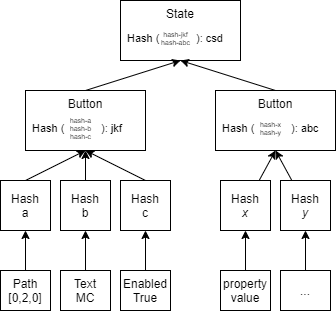
The draw.io diagram document/pics/merkle-tree-example.png in rneeft/study-vaf-af, before a commit. Source tidied: cells renumbered, new cells last; positions are measured from the earlier drawing's top-left corner, leaving out a move shared by most shapes. The source it was exported from:
```xml
<mxGraphModel>
  <root>
    <mxCell id="0" />
    <mxCell id="1" parent="0" />
    <mxCell id="2" value="Hash&lt;br&gt;a" style="rounded=0;whiteSpace=wrap;html=1;" parent="1" vertex="1">
      <mxGeometry y="180" width="50" height="50" as="geometry" />
    </mxCell>
    <mxCell id="3" value="Path&lt;br&gt;[0,2,0]" style="rounded=0;whiteSpace=wrap;html=1;" parent="1" vertex="1">
      <mxGeometry y="270" width="50" height="40" as="geometry" />
    </mxCell>
    <mxCell id="4" style="edgeStyle=orthogonalEdgeStyle;rounded=0;jettySize=auto;html=1;entryX=0.5;entryY=1;entryDx=0;entryDy=0;" parent="1" edge="1" source="5" target="10">
      <mxGeometry relative="1" as="geometry" />
    </mxCell>
    <mxCell id="5" value="Text&lt;br&gt;MC" style="rounded=0;whiteSpace=wrap;html=1;" parent="1" vertex="1">
      <mxGeometry x="60" y="270" width="50" height="40" as="geometry" />
    </mxCell>
    <mxCell id="6" style="edgeStyle=orthogonalEdgeStyle;rounded=0;jettySize=auto;html=1;entryX=0.5;entryY=1;entryDx=0;entryDy=0;" parent="1" edge="1" source="7" target="11">
      <mxGeometry relative="1" as="geometry" />
    </mxCell>
    <mxCell id="7" value="Enabled&lt;br&gt;True" style="rounded=0;whiteSpace=wrap;html=1;" parent="1" vertex="1">
      <mxGeometry x="120" y="270" width="50" height="40" as="geometry" />
    </mxCell>
    <mxCell id="8" style="endArrow=classic;html=1;exitX=0.5;exitY=0;exitDx=0;exitDy=0;entryX=0.5;entryY=1;entryDx=0;entryDy=0;" parent="1" edge="1" source="3" target="2">
      <mxGeometry relative="1" as="geometry" />
    </mxCell>
    <mxCell id="9" style="edgeStyle=orthogonalEdgeStyle;rounded=0;jettySize=auto;html=1;entryX=0.5;entryY=1;entryDx=0;entryDy=0;fontSize=7;" parent="1" edge="1" source="10" target="13">
      <mxGeometry relative="1" as="geometry" />
    </mxCell>
    <mxCell id="10" value="Hash&lt;br&gt;b" style="rounded=0;whiteSpace=wrap;html=1;" parent="1" vertex="1">
      <mxGeometry x="60" y="180" width="50" height="50" as="geometry" />
    </mxCell>
    <mxCell id="11" value="Hash&lt;br&gt;c" style="rounded=0;whiteSpace=wrap;html=1;" parent="1" vertex="1">
      <mxGeometry x="120" y="180" width="50" height="50" as="geometry" />
    </mxCell>
    <mxCell id="12" style="group;" parent="1" vertex="1">
      <mxGeometry x="25" y="90" width="120" height="60" as="geometry" />
    </mxCell>
    <mxCell id="13" value="Button" style="rounded=0;whiteSpace=wrap;html=1;verticalAlign=top;" parent="12" vertex="1">
      <mxGeometry width="120" height="60" as="geometry" />
    </mxCell>
    <mxCell id="14" style="group;" parent="12" vertex="1">
      <mxGeometry x="5" y="23" width="110" height="30" as="geometry" />
    </mxCell>
    <mxCell id="15" value="&lt;font style=&quot;font-size: 11px&quot;&gt;Hash (&amp;nbsp; &amp;nbsp; &amp;nbsp; &amp;nbsp; &amp;nbsp; &amp;nbsp; ): jkf&lt;/font&gt;" style="text;html=1;align=left;verticalAlign=middle;strokeColor=none;fontSize=7;" parent="14" vertex="1">
      <mxGeometry y="5" width="110" height="20" as="geometry" />
    </mxCell>
    <mxCell id="16" value="hash-a&lt;br style=&quot;font-size: 7px;&quot;&gt;hash-b&lt;br style=&quot;font-size: 7px;&quot;&gt;hash-c" style="text;html=1;align=center;verticalAlign=middle;strokeColor=none;fontSize=7;" parent="14" vertex="1">
      <mxGeometry x="30" width="40" height="30" as="geometry" />
    </mxCell>
    <mxCell id="17" style="endArrow=classic;html=1;fontSize=7;entryX=0.5;entryY=1;entryDx=0;entryDy=0;" parent="1" edge="1" target="13">
      <mxGeometry relative="1" as="geometry">
        <mxPoint x="145" y="180" as="sourcePoint" />
      </mxGeometry>
    </mxCell>
    <mxCell id="18" style="endArrow=classic;html=1;fontSize=7;exitX=0.5;exitY=0;exitDx=0;exitDy=0;entryX=0.5;entryY=1;entryDx=0;entryDy=0;" parent="1" edge="1" source="2" target="13">
      <mxGeometry relative="1" as="geometry" />
    </mxCell>
    <mxCell id="19" style="group;" parent="1" vertex="1">
      <mxGeometry x="215" y="90" width="120" height="60" as="geometry" />
    </mxCell>
    <mxCell id="20" value="Button" style="rounded=0;whiteSpace=wrap;html=1;verticalAlign=top;" parent="19" vertex="1">
      <mxGeometry width="120" height="60" as="geometry" />
    </mxCell>
    <mxCell id="21" style="group;" parent="19" vertex="1">
      <mxGeometry x="5" y="23" width="110" height="30" as="geometry" />
    </mxCell>
    <mxCell id="22" value="&lt;font style=&quot;font-size: 11px&quot;&gt;Hash (&amp;nbsp; &amp;nbsp; &amp;nbsp; &amp;nbsp; &amp;nbsp; &amp;nbsp; ): abc&lt;/font&gt;" style="text;html=1;align=left;verticalAlign=middle;strokeColor=none;fontSize=7;" parent="21" vertex="1">
      <mxGeometry y="5" width="110" height="20" as="geometry" />
    </mxCell>
    <mxCell id="23" value="hash-x&lt;br style=&quot;font-size: 7px&quot;&gt;hash-y" style="text;html=1;align=center;verticalAlign=middle;strokeColor=none;fontSize=7;" parent="21" vertex="1">
      <mxGeometry x="30" y="5" width="40" height="20" as="geometry" />
    </mxCell>
    <mxCell id="24" style="rounded=0;jettySize=auto;html=1;entryX=0.5;entryY=1;entryDx=0;entryDy=0;fontSize=7;" parent="1" edge="1" source="25" target="20">
      <mxGeometry relative="1" as="geometry" />
    </mxCell>
    <mxCell id="25" value="Hash&lt;br&gt;&lt;i&gt;x&lt;/i&gt;" style="rounded=0;whiteSpace=wrap;html=1;" parent="1" vertex="1">
      <mxGeometry x="220" y="180" width="50" height="50" as="geometry" />
    </mxCell>
    <mxCell id="26" style="edgeStyle=none;rounded=0;jettySize=auto;html=1;entryX=0.5;entryY=1;entryDx=0;entryDy=0;fontSize=7;" parent="1" edge="1" source="27" target="20">
      <mxGeometry relative="1" as="geometry" />
    </mxCell>
    <mxCell id="27" value="Hash&lt;br&gt;&lt;i&gt;y&lt;/i&gt;" style="rounded=0;whiteSpace=wrap;html=1;" parent="1" vertex="1">
      <mxGeometry x="280" y="180" width="50" height="50" as="geometry" />
    </mxCell>
    <mxCell id="28" style="edgeStyle=orthogonalEdgeStyle;rounded=0;jettySize=auto;html=1;entryX=0.5;entryY=1;entryDx=0;entryDy=0;fontSize=7;" parent="1" edge="1" source="29" target="25">
      <mxGeometry relative="1" as="geometry" />
    </mxCell>
    <mxCell id="29" value="property&lt;br&gt;value" style="rounded=0;whiteSpace=wrap;html=1;" parent="1" vertex="1">
      <mxGeometry x="220" y="270" width="50" height="40" as="geometry" />
    </mxCell>
    <mxCell id="30" style="edgeStyle=orthogonalEdgeStyle;rounded=0;jettySize=auto;html=1;entryX=0.5;entryY=1;entryDx=0;entryDy=0;fontSize=7;" parent="1" edge="1" source="31" target="27">
      <mxGeometry relative="1" as="geometry" />
    </mxCell>
    <mxCell id="31" value="..." style="rounded=0;whiteSpace=wrap;html=1;" parent="1" vertex="1">
      <mxGeometry x="280" y="270" width="50" height="40" as="geometry" />
    </mxCell>
    <mxCell id="32" style="group;" parent="1" vertex="1">
      <mxGeometry x="120" width="120" height="60" as="geometry" />
    </mxCell>
    <mxCell id="33" value="State" style="rounded=0;whiteSpace=wrap;html=1;verticalAlign=top;" parent="32" vertex="1">
      <mxGeometry width="120" height="60" as="geometry" />
    </mxCell>
    <mxCell id="34" style="group;" parent="32" vertex="1">
      <mxGeometry x="5" y="23" width="110" height="30" as="geometry" />
    </mxCell>
    <mxCell id="35" value="&lt;font style=&quot;font-size: 11px&quot;&gt;Hash (&amp;nbsp; &amp;nbsp; &amp;nbsp; &amp;nbsp; &amp;nbsp; &amp;nbsp; ): csd&lt;/font&gt;" style="text;html=1;align=left;verticalAlign=middle;strokeColor=none;fontSize=7;" parent="34" vertex="1">
      <mxGeometry y="5" width="110" height="20" as="geometry" />
    </mxCell>
    <mxCell id="36" value="hash-jkf&lt;br style=&quot;font-size: 7px&quot;&gt;hash-abc" style="text;html=1;align=center;verticalAlign=middle;strokeColor=none;fontSize=7;" parent="34" vertex="1">
      <mxGeometry x="30" y="5" width="40" height="20" as="geometry" />
    </mxCell>
    <mxCell id="37" style="endArrow=classic;html=1;fontSize=7;entryX=0.5;entryY=1;entryDx=0;entryDy=0;exitX=0.5;exitY=0;exitDx=0;exitDy=0;" parent="1" edge="1" source="13" target="33">
      <mxGeometry relative="1" as="geometry" />
    </mxCell>
    <mxCell id="38" style="endArrow=classic;html=1;fontSize=7;entryX=0.5;entryY=1;entryDx=0;entryDy=0;exitX=0.5;exitY=0;exitDx=0;exitDy=0;" parent="1" edge="1" source="20" target="33">
      <mxGeometry relative="1" as="geometry" />
    </mxCell>
  </root>
</mxGraphModel>
```
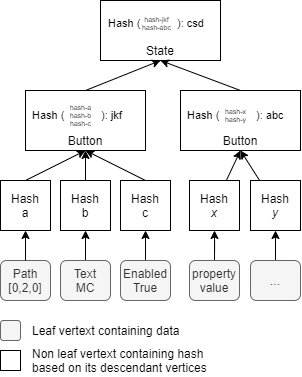
Above is the later version.

What changed in the source:
```diff
@@ -5,20 +5,20 @@
     <mxCell id="2" value="Hash&lt;br&gt;a" style="rounded=0;whiteSpace=wrap;html=1;" parent="1" vertex="1">
       <mxGeometry y="180" width="50" height="50" as="geometry" />
     </mxCell>
-    <mxCell id="3" value="Path&lt;br&gt;[0,2,0]" style="rounded=0;whiteSpace=wrap;html=1;" parent="1" vertex="1">
-      <mxGeometry y="270" width="50" height="40" as="geometry" />
+    <mxCell id="3" value="Path&lt;br&gt;[0,2,0]" style="rounded=1;whiteSpace=wrap;html=1;fillColor=#f5f5f5;strokeColor=#666666;fontColor=#333333;" parent="1" vertex="1">
+      <mxGeometry y="260" width="50" height="40" as="geometry" />
     </mxCell>
     <mxCell id="4" style="edgeStyle=orthogonalEdgeStyle;rounded=0;jettySize=auto;html=1;entryX=0.5;entryY=1;entryDx=0;entryDy=0;" parent="1" edge="1" source="5" target="10">
       <mxGeometry relative="1" as="geometry" />
     </mxCell>
-    <mxCell id="5" value="Text&lt;br&gt;MC" style="rounded=0;whiteSpace=wrap;html=1;" parent="1" vertex="1">
-      <mxGeometry x="60" y="270" width="50" height="40" as="geometry" />
+    <mxCell id="5" value="Text&lt;br&gt;MC" style="rounded=1;whiteSpace=wrap;html=1;fillColor=#f5f5f5;strokeColor=#666666;fontColor=#333333;" parent="1" vertex="1">
+      <mxGeometry x="60" y="260" width="50" height="40" as="geometry" />
     </mxCell>
     <mxCell id="6" style="edgeStyle=orthogonalEdgeStyle;rounded=0;jettySize=auto;html=1;entryX=0.5;entryY=1;entryDx=0;entryDy=0;" parent="1" edge="1" source="7" target="11">
       <mxGeometry relative="1" as="geometry" />
     </mxCell>
-    <mxCell id="7" value="Enabled&lt;br&gt;True" style="rounded=0;whiteSpace=wrap;html=1;" parent="1" vertex="1">
-      <mxGeometry x="120" y="270" width="50" height="40" as="geometry" />
+    <mxCell id="7" value="Enabled&lt;br&gt;True" style="rounded=1;whiteSpace=wrap;html=1;fillColor=#f5f5f5;strokeColor=#666666;fontColor=#333333;" parent="1" vertex="1">
+      <mxGeometry x="120" y="260" width="50" height="40" as="geometry" />
     </mxCell>
     <mxCell id="8" style="endArrow=classic;html=1;exitX=0.5;exitY=0;exitDx=0;exitDy=0;entryX=0.5;entryY=1;entryDx=0;entryDy=0;" parent="1" edge="1" source="3" target="2">
       <mxGeometry relative="1" as="geometry" />
@@ -32,14 +32,14 @@
     <mxCell id="11" value="Hash&lt;br&gt;c" style="rounded=0;whiteSpace=wrap;html=1;" parent="1" vertex="1">
       <mxGeometry x="120" y="180" width="50" height="50" as="geometry" />
     </mxCell>
-    <mxCell id="12" style="group;" parent="1" vertex="1">
+    <mxCell id="12" style="group;verticalAlign=bottom;" parent="1" vertex="1">
       <mxGeometry x="25" y="90" width="120" height="60" as="geometry" />
     </mxCell>
-    <mxCell id="13" value="Button" style="rounded=0;whiteSpace=wrap;html=1;verticalAlign=top;" parent="12" vertex="1">
+    <mxCell id="13" value="Button" style="rounded=0;whiteSpace=wrap;html=1;verticalAlign=bottom;" parent="12" vertex="1">
       <mxGeometry width="120" height="60" as="geometry" />
     </mxCell>
     <mxCell id="14" style="group;" parent="12" vertex="1">
-      <mxGeometry x="5" y="23" width="110" height="30" as="geometry" />
+      <mxGeometry x="5" y="10" width="110" height="30" as="geometry" />
     </mxCell>
     <mxCell id="15" value="&lt;font style=&quot;font-size: 11px&quot;&gt;Hash (&amp;nbsp; &amp;nbsp; &amp;nbsp; &amp;nbsp; &amp;nbsp; &amp;nbsp; ): jkf&lt;/font&gt;" style="text;html=1;align=left;verticalAlign=middle;strokeColor=none;fontSize=7;" parent="14" vertex="1">
       <mxGeometry y="5" width="110" height="20" as="geometry" />
@@ -55,14 +55,14 @@
     <mxCell id="18" style="endArrow=classic;html=1;fontSize=7;exitX=0.5;exitY=0;exitDx=0;exitDy=0;entryX=0.5;entryY=1;entryDx=0;entryDy=0;" parent="1" edge="1" source="2" target="13">
       <mxGeometry relative="1" as="geometry" />
     </mxCell>
-    <mxCell id="19" style="group;" parent="1" vertex="1">
-      <mxGeometry x="215" y="90" width="120" height="60" as="geometry" />
+    <mxCell id="19" style="group;verticalAlign=bottom;" parent="1" vertex="1">
+      <mxGeometry x="180" y="90" width="120" height="60" as="geometry" />
     </mxCell>
-    <mxCell id="20" value="Button" style="rounded=0;whiteSpace=wrap;html=1;verticalAlign=top;" parent="19" vertex="1">
+    <mxCell id="20" value="Button" style="rounded=0;whiteSpace=wrap;html=1;verticalAlign=bottom;" parent="19" vertex="1">
       <mxGeometry width="120" height="60" as="geometry" />
     </mxCell>
     <mxCell id="21" style="group;" parent="19" vertex="1">
-      <mxGeometry x="5" y="23" width="110" height="30" as="geometry" />
+      <mxGeometry x="5" y="10" width="110" height="30" as="geometry" />
     </mxCell>
     <mxCell id="22" value="&lt;font style=&quot;font-size: 11px&quot;&gt;Hash (&amp;nbsp; &amp;nbsp; &amp;nbsp; &amp;nbsp; &amp;nbsp; &amp;nbsp; ): abc&lt;/font&gt;" style="text;html=1;align=left;verticalAlign=middle;strokeColor=none;fontSize=7;" parent="21" vertex="1">
       <mxGeometry y="5" width="110" height="20" as="geometry" />
@@ -74,34 +74,34 @@
       <mxGeometry relative="1" as="geometry" />
     </mxCell>
     <mxCell id="25" value="Hash&lt;br&gt;&lt;i&gt;x&lt;/i&gt;" style="rounded=0;whiteSpace=wrap;html=1;" parent="1" vertex="1">
-      <mxGeometry x="220" y="180" width="50" height="50" as="geometry" />
+      <mxGeometry x="189" y="180" width="50" height="50" as="geometry" />
     </mxCell>
     <mxCell id="26" style="edgeStyle=none;rounded=0;jettySize=auto;html=1;entryX=0.5;entryY=1;entryDx=0;entryDy=0;fontSize=7;" parent="1" edge="1" source="27" target="20">
       <mxGeometry relative="1" as="geometry" />
     </mxCell>
     <mxCell id="27" value="Hash&lt;br&gt;&lt;i&gt;y&lt;/i&gt;" style="rounded=0;whiteSpace=wrap;html=1;" parent="1" vertex="1">
-      <mxGeometry x="280" y="180" width="50" height="50" as="geometry" />
+      <mxGeometry x="250" y="180" width="50" height="50" as="geometry" />
     </mxCell>
     <mxCell id="28" style="edgeStyle=orthogonalEdgeStyle;rounded=0;jettySize=auto;html=1;entryX=0.5;entryY=1;entryDx=0;entryDy=0;fontSize=7;" parent="1" edge="1" source="29" target="25">
       <mxGeometry relative="1" as="geometry" />
     </mxCell>
-    <mxCell id="29" value="property&lt;br&gt;value" style="rounded=0;whiteSpace=wrap;html=1;" parent="1" vertex="1">
-      <mxGeometry x="220" y="270" width="50" height="40" as="geometry" />
+    <mxCell id="29" value="property&lt;br&gt;value" style="rounded=1;whiteSpace=wrap;html=1;fillColor=#f5f5f5;strokeColor=#666666;fontColor=#333333;" parent="1" vertex="1">
+      <mxGeometry x="189" y="260" width="50" height="40" as="geometry" />
     </mxCell>
     <mxCell id="30" style="edgeStyle=orthogonalEdgeStyle;rounded=0;jettySize=auto;html=1;entryX=0.5;entryY=1;entryDx=0;entryDy=0;fontSize=7;" parent="1" edge="1" source="31" target="27">
       <mxGeometry relative="1" as="geometry" />
     </mxCell>
-    <mxCell id="31" value="..." style="rounded=0;whiteSpace=wrap;html=1;" parent="1" vertex="1">
-      <mxGeometry x="280" y="270" width="50" height="40" as="geometry" />
+    <mxCell id="31" value="..." style="rounded=1;whiteSpace=wrap;html=1;fillColor=#f5f5f5;strokeColor=#666666;fontColor=#333333;" parent="1" vertex="1">
+      <mxGeometry x="250" y="260" width="50" height="40" as="geometry" />
     </mxCell>
     <mxCell id="32" style="group;" parent="1" vertex="1">
-      <mxGeometry x="120" width="120" height="60" as="geometry" />
+      <mxGeometry x="100" width="120" height="60" as="geometry" />
     </mxCell>
-    <mxCell id="33" value="State" style="rounded=0;whiteSpace=wrap;html=1;verticalAlign=top;" parent="32" vertex="1">
+    <mxCell id="33" value="State" style="rounded=0;whiteSpace=wrap;html=1;verticalAlign=bottom;" parent="32" vertex="1">
       <mxGeometry width="120" height="60" as="geometry" />
     </mxCell>
     <mxCell id="34" style="group;" parent="32" vertex="1">
-      <mxGeometry x="5" y="23" width="110" height="30" as="geometry" />
+      <mxGeometry x="6" y="8" width="110" height="30" as="geometry" />
     </mxCell>
     <mxCell id="35" value="&lt;font style=&quot;font-size: 11px&quot;&gt;Hash (&amp;nbsp; &amp;nbsp; &amp;nbsp; &amp;nbsp; &amp;nbsp; &amp;nbsp; ): csd&lt;/font&gt;" style="text;html=1;align=left;verticalAlign=middle;strokeColor=none;fontSize=7;" parent="34" vertex="1">
       <mxGeometry y="5" width="110" height="20" as="geometry" />
@@ -115,5 +115,17 @@
     <mxCell id="38" style="endArrow=classic;html=1;fontSize=7;entryX=0.5;entryY=1;entryDx=0;entryDy=0;exitX=0.5;exitY=0;exitDx=0;exitDy=0;" parent="1" edge="1" source="20" target="33">
       <mxGeometry relative="1" as="geometry" />
     </mxCell>
+    <mxCell id="39" style="rounded=1;whiteSpace=wrap;html=1;fillColor=#f5f5f5;strokeColor=#666666;fontColor=#333333;" parent="1" vertex="1">
+      <mxGeometry y="320" width="20" height="20" as="geometry" />
+    </mxCell>
+    <mxCell id="40" value="Leaf vertext containing data" style="text;html=1;align=left;verticalAlign=middle;strokeColor=none;" parent="1" vertex="1">
+      <mxGeometry x="30" y="320" width="160" height="20" as="geometry" />
+    </mxCell>
+    <mxCell id="41" style="rounded=0;whiteSpace=wrap;html=1;" parent="1" vertex="1">
+      <mxGeometry y="350" width="20" height="20" as="geometry" />
+    </mxCell>
+    <mxCell id="42" value="Non leaf vertext containing hash&lt;br&gt;based on its descendant vertices" style="text;html=1;align=left;verticalAlign=middle;strokeColor=none;" parent="1" vertex="1">
+      <mxGeometry x="30" y="345" width="190" height="30" as="geometry" />
+    </mxCell>
   </root>
 </mxGraphModel>
```
